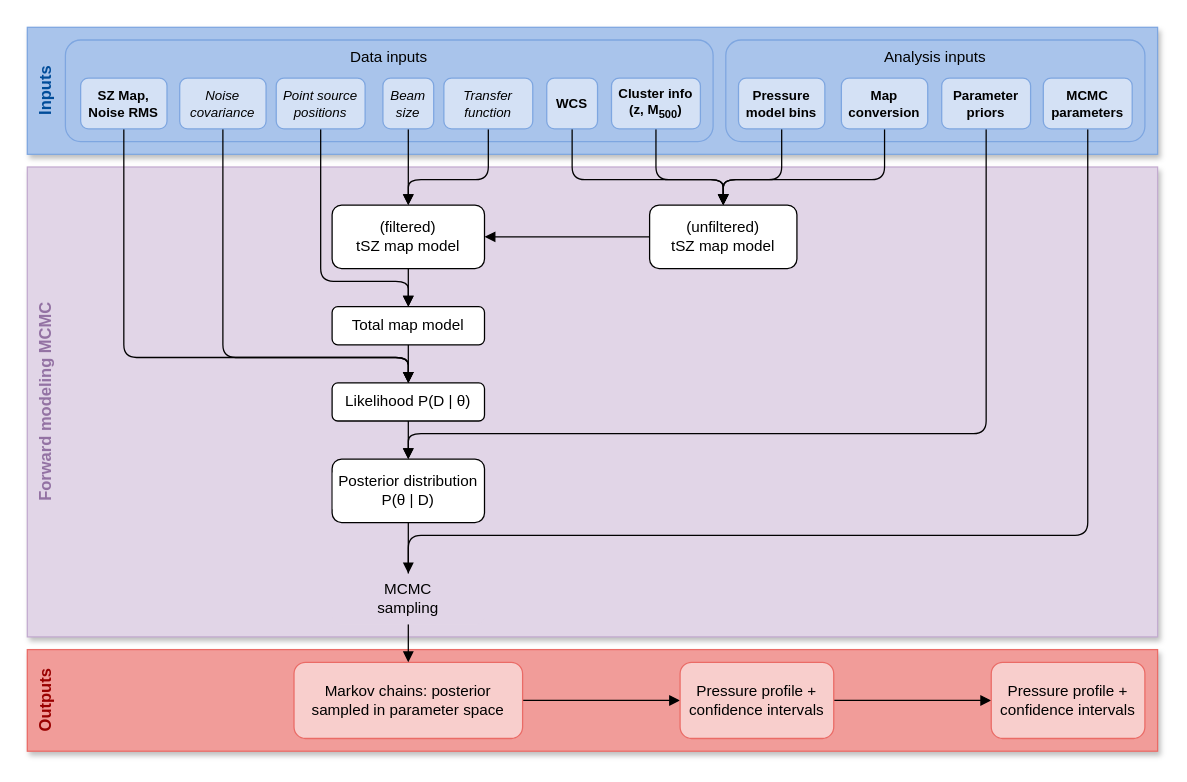
The draw.io diagram paper/Figures/workflow.drawio in fkeruzore/panco2, before the edit. Source tidied: cells renumbered, new cells numbered last; positions are measured from the earlier drawing's top-left corner, leaving out a move shared by most shapes. Both pictures are drawn from the tidied source at 127%, with x=0, y=0 at pixel (27, 27).
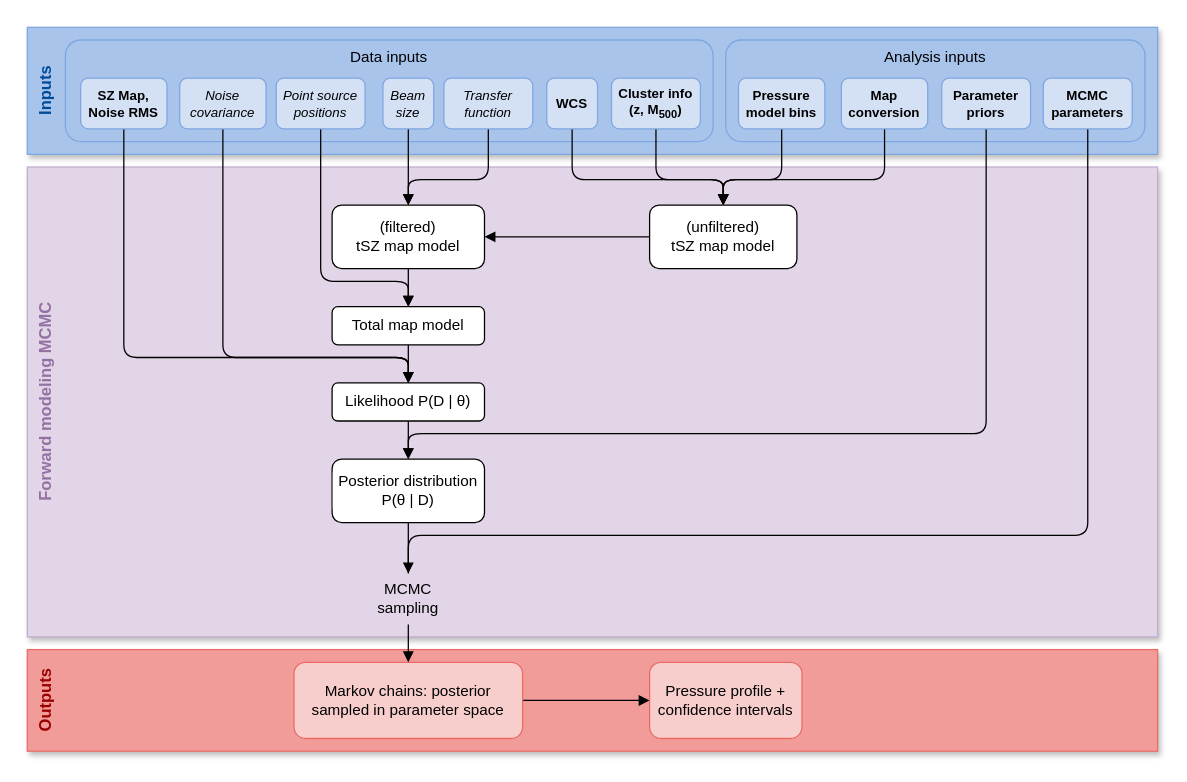
The same diagram, later.

Diff of the diagram source:
```diff
@@
-    <mxCell id="16" style="edgeStyle=orthogonalEdgeStyle;rounded=1;jettySize=auto;html=1;exitX=1;exitY=0.5;exitDx=0;exitDy=0;endArrow=block;endFill=1;" parent="1" edge="1" source="17" target="44">
-      <mxGeometry relative="1" as="geometry" />
-    </mxCell>
     <mxCell id="17" value="Pressure profile + confidence intervals" style="whiteSpace=wrap;html=1;rounded=1;fillColor=#f8cecc;strokeColor=#EA6B66;" parent="1" vertex="1">
-      <mxGeometry x="514" y="500" width="121" height="60" as="geometry" />
+      <mxGeometry x="490" y="500" width="120" height="60" as="geometry" />
     </mxCell>
@@
-    <mxCell id="44" value="Pressure profile + confidence intervals" style="whiteSpace=wrap;html=1;rounded=1;fillColor=#f8cecc;strokeColor=#EA6B66;" parent="1" vertex="1">
-      <mxGeometry x="759" y="500" width="121" height="60" as="geometry" />
-    </mxCell>
```
